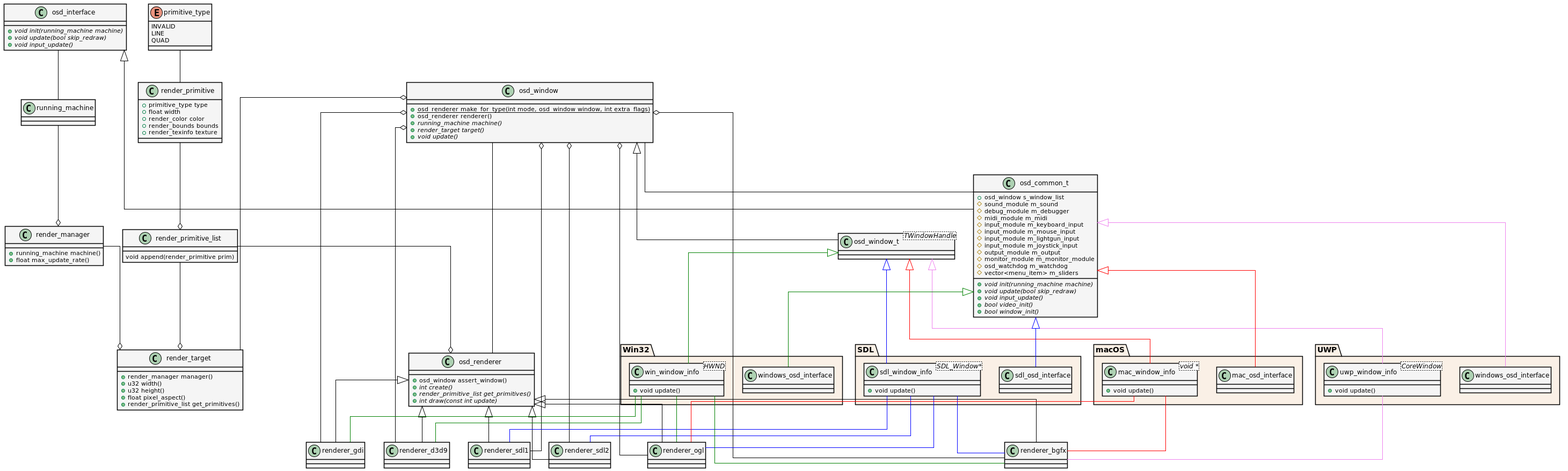
Earlier version of the PlantUML export Streaming/mame.png (mikymaione/MAMEStreamingPlatform). The source it was exported from:
```plantuml
@startuml

skinparam linetype ortho
skinparam ArrowColor black
skinparam shadowing false

skinparam class {
    BackgroundColor WhiteSmoke
    BorderColor black
}

skinparam package {
    BackgroundColor Linen
}

set namespaceSeparator ::

enum primitive_type
{
    INVALID
    LINE
    QUAD
}

class render_manager {
    +running_machine machine()
    +float max_update_rate()
}

running_machine --o render_manager

class osd_renderer {
    +osd_window assert_window()
    {abstract} +int create()
    {abstract} +render_primitive_list get_primitives()
    {abstract} +int draw(const int update)
}

render_primitive_list --o osd_renderer
render_primitive --o render_primitive_list
primitive_type -- render_primitive

class render_primitive {
    +primitive_type type
    +float width
    +render_color color
    +render_bounds bounds
    +render_texinfo texture
}

class render_primitive_list {
    void append(render_primitive prim)
}

class renderer_ogl extends osd_renderer
class renderer_bgfx extends osd_renderer
class renderer_gdi extends osd_renderer
class renderer_d3d9 extends osd_renderer
class renderer_sdl1 extends osd_renderer
class renderer_sdl2 extends osd_renderer

osd_window o-- renderer_ogl
osd_window o-- renderer_bgfx
osd_window o-- renderer_gdi
osd_window o-- renderer_d3d9
osd_window o-- renderer_sdl1
osd_window o-- renderer_sdl2

osd_window o-- render_target
osd_window -- osd_renderer

class osd_window_t<TWindowHandle> extends osd_window

SDL::sdl_window_info -[#blue]- renderer_bgfx
SDL::sdl_window_info -[#blue]- renderer_ogl
SDL::sdl_window_info -[#blue]- renderer_sdl1
SDL::sdl_window_info -[#blue]- renderer_sdl2

macOS::mac_window_info -[#red]- renderer_bgfx
macOS::mac_window_info -[#red]- renderer_ogl

UWP::uwp_window_info -[#violet]- renderer_bgfx

Win32::win_window_info -[#green]- renderer_ogl
Win32::win_window_info -[#green]- renderer_bgfx
Win32::win_window_info -[#green]- renderer_d3d9
Win32::win_window_info -[#green]- renderer_gdi

class osd_window {
    {static} +osd_renderer make_for_type(int mode, osd_window window, int extra_flags)
    +osd_renderer renderer()
    {abstract} +running_machine machine()
    {abstract} +render_target target()
    {abstract} +void update()
}

render_manager --o render_target
render_primitive_list --o render_target

class render_target
{
    +render_manager manager()
    +u32 width()
    +u32 height()
    +float pixel_aspect()
    +render_primitive_list get_primitives()
}

class SDL::sdl_window_info<SDL_Window*> {
    +void update()
}

class macOS::mac_window_info<void *> {
    +void update()
}

class Win32::win_window_info<HWND> {
    +void update()
}

class UWP::uwp_window_info<CoreWindow> {
  +void update()
}

osd_window_t <|-[#violet]- UWP::uwp_window_info
osd_window_t <|-[#green]- Win32::win_window_info
osd_window_t <|-[#red]- macOS::mac_window_info
osd_window_t <|-[#blue]- SDL::sdl_window_info

osd_common_t <|-[#violet]- UWP::windows_osd_interface
osd_common_t <|-[#green]- Win32::windows_osd_interface
osd_common_t <|-[#red]- macOS::mac_osd_interface
osd_common_t <|-[#blue]- SDL::sdl_osd_interface

osd_window -- osd_common_t

osd_interface -- running_machine

osd_interface <|-- osd_common_t

class osd_interface {
	{abstract} +void init(running_machine machine)
	{abstract} +void update(bool skip_redraw)
	{abstract} +void input_update()
}

class osd_common_t {
    +osd_window s_window_list
    #sound_module m_sound
    #debug_module m_debugger
    #midi_module m_midi
    #input_module m_keyboard_input
    #input_module m_mouse_input
    #input_module m_lightgun_input
    #input_module m_joystick_input
    #output_module m_output
    #monitor_module m_monitor_module
    #osd_watchdog m_watchdog
    #vector<menu_item> m_sliders

    {abstract} + void init(running_machine machine)
    {abstract} + void update(bool skip_redraw)
    {abstract} + void input_update()
    {abstract} +bool video_init()
    {abstract} +bool window_init()
}

@enduml
```
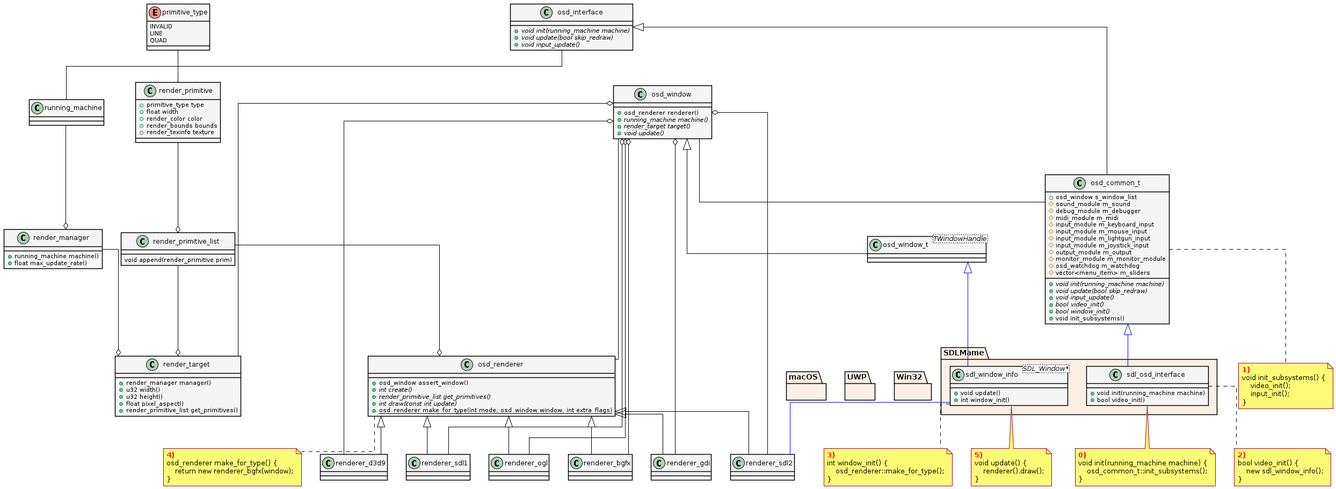
Above is the later version.

What changed in the source:
```diff
@@ -1,4 +1,6 @@
-@startuml
+@startuml mame
+
+page 2x1
 
 skinparam linetype ortho
 skinparam ArrowColor black
@@ -34,7 +36,17 @@
     {abstract} +int create()
     {abstract} +render_primitive_list get_primitives()
     {abstract} +int draw(const int update)
+    {static} +osd_renderer make_for_type(int mode, osd_window window, int extra_flags)
 }
+
+note as note_osd_renderer_make_for_type
+<b><color:Red>4)</color></b>
+osd_renderer make_for_type() {
+    return new renderer_bgfx(window);
+}
+end note
+
+osd_renderer .. note_osd_renderer_make_for_type
 
 render_primitive_list --o osd_renderer
 render_primitive --o render_primitive_list
@@ -52,12 +64,14 @@
     void append(render_primitive prim)
 }
 
-class renderer_ogl extends osd_renderer
-class renderer_bgfx extends osd_renderer
-class renderer_gdi extends osd_renderer
-class renderer_d3d9 extends osd_renderer
-class renderer_sdl1 extends osd_renderer
-class renderer_sdl2 extends osd_renderer
+together {
+    class renderer_ogl extends osd_renderer
+    class renderer_bgfx extends osd_renderer
+    class renderer_gdi extends osd_renderer
+    class renderer_d3d9 extends osd_renderer
+    class renderer_sdl1 extends osd_renderer
+    class renderer_sdl2 extends osd_renderer
+}
 
 osd_window o-- renderer_ogl
 osd_window o-- renderer_bgfx
@@ -71,23 +85,16 @@
 
 class osd_window_t<TWindowHandle> extends osd_window
 
-SDL::sdl_window_info -[#blue]- renderer_bgfx
-SDL::sdl_window_info -[#blue]- renderer_ogl
-SDL::sdl_window_info -[#blue]- renderer_sdl1
-SDL::sdl_window_info -[#blue]- renderer_sdl2
+together {
+    package Win32 {}
+    package UWP {}
+    package macOS {}
+    package SDLMame {}
+}
 
-macOS::mac_window_info -[#red]- renderer_bgfx
-macOS::mac_window_info -[#red]- renderer_ogl
-
-UWP::uwp_window_info -[#violet]- renderer_bgfx
-
-Win32::win_window_info -[#green]- renderer_ogl
-Win32::win_window_info -[#green]- renderer_bgfx
-Win32::win_window_info -[#green]- renderer_d3d9
-Win32::win_window_info -[#green]- renderer_gdi
+SDLMame::sdl_window_info -[#blue]- renderer_sdl2
 
 class osd_window {
-    {static} +osd_renderer make_for_type(int mode, osd_window window, int extra_flags)
     +osd_renderer renderer()
     {abstract} +running_machine machine()
     {abstract} +render_target target()
@@ -106,31 +113,43 @@
     +render_primitive_list get_primitives()
 }
 
-class SDL::sdl_window_info<SDL_Window*> {
+class SDLMame::sdl_window_info<SDL_Window*> {
     +void update()
+    +int window_init()
 }
 
-class macOS::mac_window_info<void *> {
-    +void update()
+osd_window_t <|-[#blue]- SDLMame::sdl_window_info
+osd_common_t <|-[#blue]- SDLMame::sdl_osd_interface
+
+class SDLMame::sdl_osd_interface {
+    +void init(running_machine machine)
+    +bool video_init()
 }
 
-class Win32::win_window_info<HWND> {
-    +void update()
+note as note_5_sdl_window_info
+<b><color:Red>5)</color></b>
+void update() {
+    renderer().draw();
 }
+end note
 
-class UWP::uwp_window_info<CoreWindow> {
-  +void update()
+note as note_4_sdl_window_info
+<b><color:Red>3)</color></b>
+int window_init() {
+    osd_renderer::make_for_type();
 }
+end note
 
-osd_window_t <|-[#violet]- UWP::uwp_window_info
-osd_window_t <|-[#green]- Win32::win_window_info
-osd_window_t <|-[#red]- macOS::mac_window_info
-osd_window_t <|-[#blue]- SDL::sdl_window_info
+note as note_2_sdl_osd_interface
+<b><color:Red>2)</color></b>
+bool video_init() {
+    new sdl_window_info();
+}
+end note
 
-osd_common_t <|-[#violet]- UWP::windows_osd_interface
-osd_common_t <|-[#green]- Win32::windows_osd_interface
-osd_common_t <|-[#red]- macOS::mac_osd_interface
-osd_common_t <|-[#blue]- SDL::sdl_osd_interface
+SDLMame::sdl_osd_interface .. note_2_sdl_osd_interface
+SDLMame::sdl_window_info .. note_4_sdl_window_info
+SDLMame::sdl_window_info .. note_5_sdl_window_info
 
 osd_window -- osd_common_t
 
@@ -157,12 +176,31 @@
     #monitor_module m_monitor_module
     #osd_watchdog m_watchdog
     #vector<menu_item> m_sliders
-
     {abstract} + void init(running_machine machine)
     {abstract} + void update(bool skip_redraw)
     {abstract} + void input_update()
     {abstract} +bool video_init()
     {abstract} +bool window_init()
+    +void init_subsystems()
 }
 
+note as note_osd_common_t_init_subsystems
+<b><color:Red>1)</color></b>
+void init_subsystems() {
+    video_init();
+    input_init();
+}
+end note
+
+osd_common_t .. note_osd_common_t_init_subsystems
+
+note as note_sdl_osd_interface_init
+<b><color:Red>0)</color></b>
+void init(running_machine machine) {
+    osd_common_t::init_subsystems();
+}
+end note
+
+SDLMame::sdl_osd_interface .. note_sdl_osd_interface_init
+
 @enduml
```
